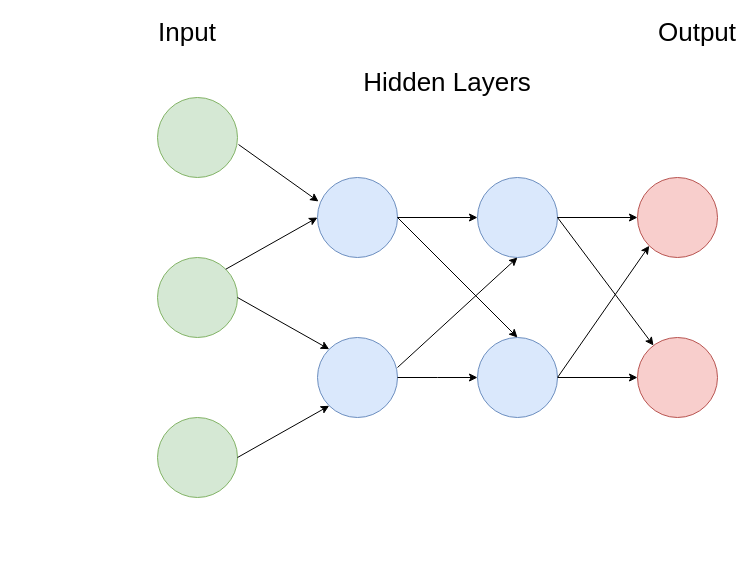
Earlier version of the draw.io diagram page "Seite-1" (1 of 2) of Unbenanntes Diagramm.drawio (Andres1984/Andres.github.io). Source tidied: cells renumbered, new cells numbered last; positions are measured from the earlier drawing's top-left corner, leaving out a move shared by most shapes. Both pictures are drawn from the tidied source at 100%, with x=0, y=0 at pixel (157, 17).
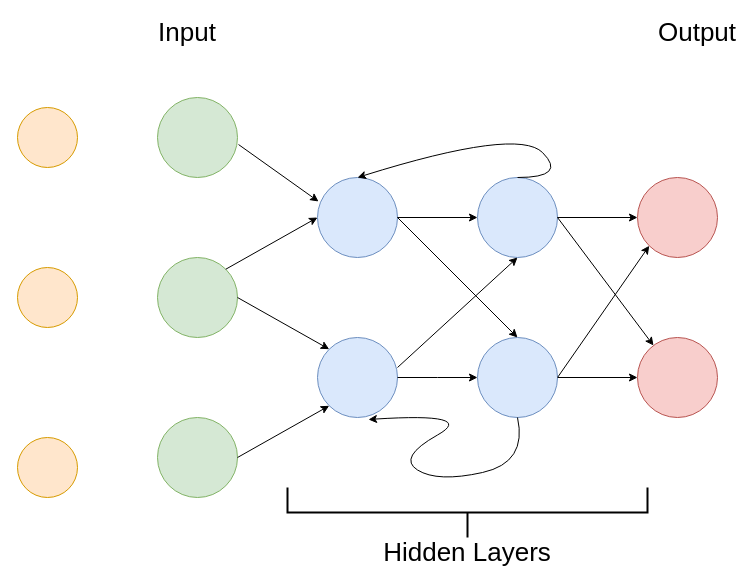
After the change.

What changed in the source:
```diff
@@
     <mxCell id="23" value="Hidden Layers" style="text;html=1;strokeColor=none;fillColor=none;align=center;verticalAlign=middle;whiteSpace=wrap;rounded=0;fontSize=26;" parent="1" vertex="1">
-      <mxGeometry x="160" y="50" width="260" height="30" as="geometry" />
+      <mxGeometry x="180" y="520" width="260" height="30" as="geometry" />
     </mxCell>
@@
+    <mxCell id="26" style="strokeWidth=2;html=1;shape=mxgraph.flowchart.annotation_2;align=left;labelPosition=right;fontSize=26;direction=north;" parent="1" vertex="1">
+      <mxGeometry x="130" y="470" width="360" height="50" as="geometry" />
+    </mxCell>
+    <mxCell id="27" value="&lt;sub&gt;&lt;br&gt;&lt;/sub&gt;" style="verticalLabelPosition=bottom;verticalAlign=top;html=1;shape=mxgraph.flowchart.on-page_reference;fontSize=26;fillColor=#ffe6cc;strokeColor=#d79b00;" parent="1" vertex="1">
+      <mxGeometry x="-140" y="250" width="60" height="60" as="geometry" />
+    </mxCell>
+    <mxCell id="28" style="verticalLabelPosition=bottom;verticalAlign=top;html=1;shape=mxgraph.flowchart.on-page_reference;fontSize=26;fillColor=#ffe6cc;strokeColor=#d79b00;" parent="1" vertex="1">
+      <mxGeometry x="-140" y="420" width="60" height="60" as="geometry" />
+    </mxCell>
+    <mxCell id="29" value="&lt;sub&gt;&lt;br&gt;&lt;/sub&gt;" style="verticalLabelPosition=bottom;verticalAlign=top;html=1;shape=mxgraph.flowchart.on-page_reference;fontSize=26;fillColor=#ffe6cc;strokeColor=#d79b00;" parent="1" vertex="1">
+      <mxGeometry x="-140" y="90" width="60" height="60" as="geometry" />
+    </mxCell>
+    <mxCell id="30" style="curved=1;endArrow=classic;html=1;rounded=0;fontSize=26;entryX=0.5;entryY=0;entryDx=0;entryDy=0;" parent="1" edge="1">
+      <mxGeometry relative="1" as="geometry">
+        <mxPoint x="360" y="160" as="sourcePoint" />
+        <mxPoint x="200" y="160" as="targetPoint" />
+        <Array as="points">
+          <mxPoint x="410" y="160" />
+          <mxPoint x="360" y="110" />
+        </Array>
+      </mxGeometry>
+    </mxCell>
+    <mxCell id="31" style="curved=1;endArrow=classic;html=1;rounded=0;fontSize=26;exitX=0.5;exitY=1;exitDx=0;exitDy=0;entryX=0.638;entryY=1.025;entryDx=0;entryDy=0;entryPerimeter=0;" parent="1" edge="1">
+      <mxGeometry relative="1" as="geometry">
+        <mxPoint x="360" y="400" as="sourcePoint" />
+        <mxPoint x="211" y="402" as="targetPoint" />
+        <Array as="points">
+          <mxPoint x="370" y="445" />
+          <mxPoint x="280" y="465" />
+          <mxPoint x="240" y="440" />
+          <mxPoint x="320" y="395" />
+        </Array>
+      </mxGeometry>
+    </mxCell>
```
